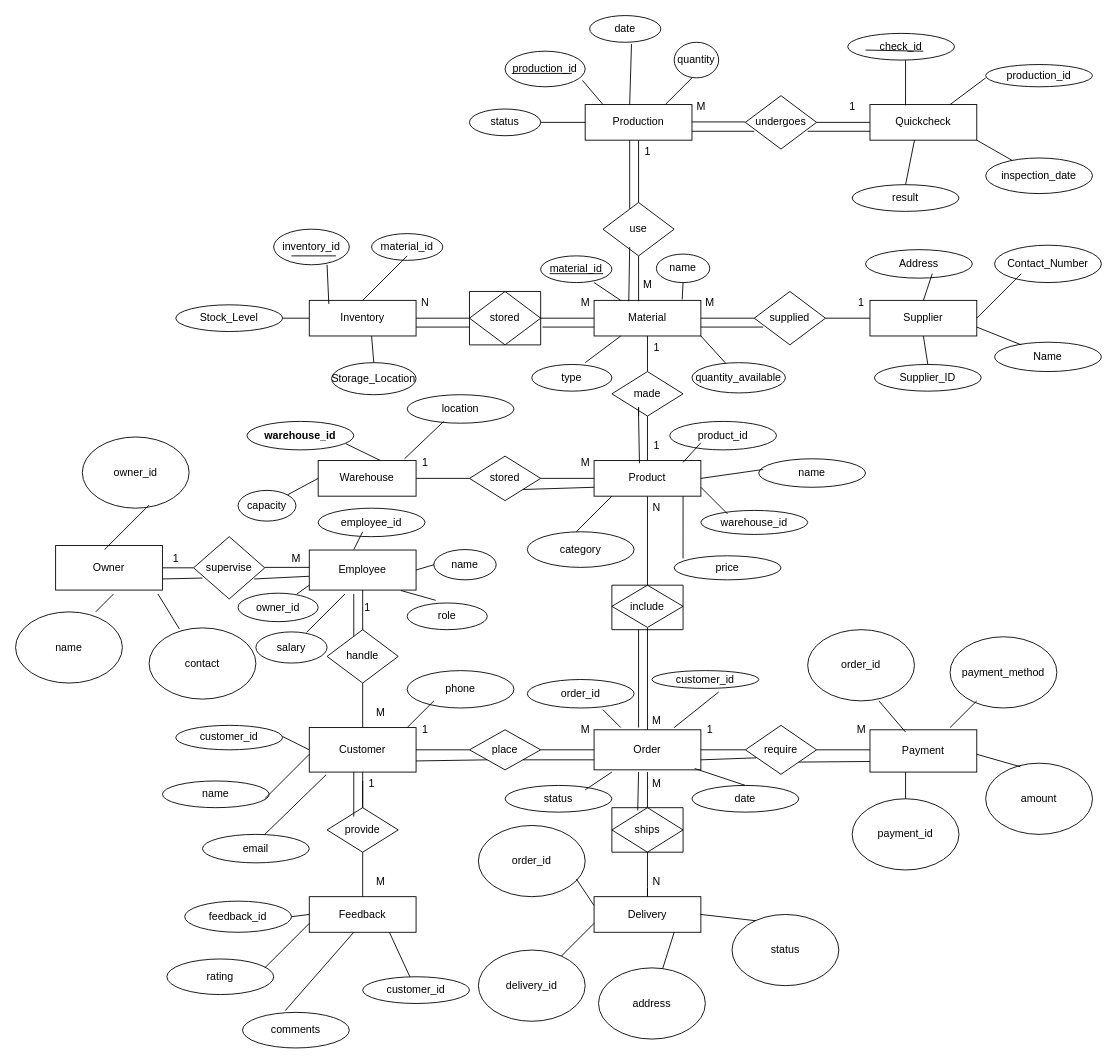
This is Untitled Diagram.drawio from sarasiVidumini/drawio, a draw.io file, before an edit. Source tidied: cells renumbered, new cells numbered last; positions are measured from the earlier drawing's top-left corner, leaving out a move shared by most shapes. Both pictures are drawn from the tidied source at 89%, with x=0, y=0 at pixel (15, 15).
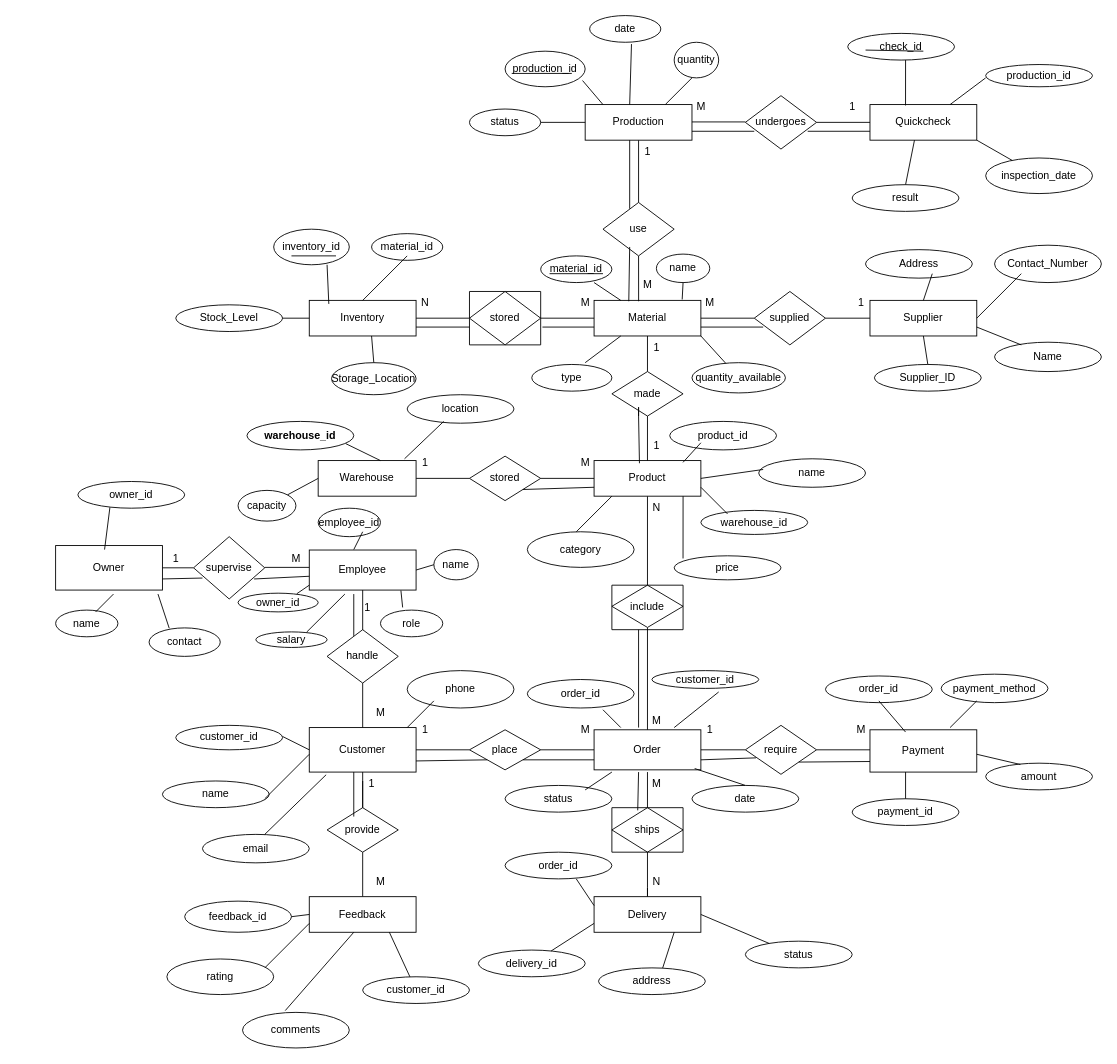
After the change.

What changed in the source:
```diff
@@
     <mxCell id="163" value="payment_id" style="ellipse;whiteSpace=wrap;html=1;" parent="1" vertex="1">
-      <mxGeometry x="940" y="880" width="120" height="80" as="geometry" />
+      <mxGeometry x="940" y="880" width="120" height="30" as="geometry" />
     </mxCell>
     <mxCell id="164" value="amount" style="ellipse;whiteSpace=wrap;html=1;" parent="1" vertex="1">
-      <mxGeometry x="1090" y="840" width="120" height="80" as="geometry" />
+      <mxGeometry x="1090" y="840" width="120" height="30" as="geometry" />
     </mxCell>
     <mxCell id="165" value="payment_method" style="ellipse;whiteSpace=wrap;html=1;" parent="1" vertex="1">
-      <mxGeometry x="1050" y="698" width="120" height="80" as="geometry" />
+      <mxGeometry x="1040" y="740" width="120" height="32" as="geometry" />
     </mxCell>
     <mxCell id="166" value="order_id" style="ellipse;whiteSpace=wrap;html=1;" parent="1" vertex="1">
-      <mxGeometry x="890" y="690" width="120" height="80" as="geometry" />
+      <mxGeometry x="910" y="742" width="120" height="30" as="geometry" />
     </mxCell>
     <mxCell id="167" value="status" style="ellipse;whiteSpace=wrap;html=1;strokeColor=default;align=center;verticalAlign=middle;fontFamily=Helvetica;fontSize=12;fontColor=default;fillColor=default;" parent="1" vertex="1">
-      <mxGeometry x="805" y="1010" width="120" height="80" as="geometry" />
+      <mxGeometry x="820" y="1040" width="120" height="30" as="geometry" />
     </mxCell>
     <mxCell id="168" value="address" style="ellipse;whiteSpace=wrap;html=1;strokeColor=default;align=center;verticalAlign=middle;fontFamily=Helvetica;fontSize=12;fontColor=default;fillColor=default;" parent="1" vertex="1">
-      <mxGeometry x="655" y="1070" width="120" height="80" as="geometry" />
+      <mxGeometry x="655" y="1070" width="120" height="30" as="geometry" />
     </mxCell>
     <mxCell id="169" value="order_id" style="ellipse;whiteSpace=wrap;html=1;strokeColor=default;align=center;verticalAlign=middle;fontFamily=Helvetica;fontSize=12;fontColor=default;fillColor=default;" parent="1" vertex="1">
-      <mxGeometry x="520" y="910" width="120" height="80" as="geometry" />
+      <mxGeometry x="550" y="940" width="120" height="30" as="geometry" />
     </mxCell>
     <mxCell id="170" value="delivery_id" style="ellipse;whiteSpace=wrap;html=1;strokeColor=default;align=center;verticalAlign=middle;fontFamily=Helvetica;fontSize=12;fontColor=default;fillColor=default;" parent="1" vertex="1">
-      <mxGeometry x="520" y="1050" width="120" height="80" as="geometry" />
+      <mxGeometry x="520" y="1050" width="120" height="30" as="geometry" />
     </mxCell>
     <mxCell id="171" value="contact" style="ellipse;whiteSpace=wrap;html=1;strokeColor=default;align=center;verticalAlign=middle;fontFamily=Helvetica;fontSize=12;fontColor=default;fillColor=default;" parent="1" vertex="1">
-      <mxGeometry x="150" y="688" width="120" height="80" as="geometry" />
+      <mxGeometry x="150" y="688" width="80" height="32" as="geometry" />
     </mxCell>
     <mxCell id="172" value="name" style="ellipse;whiteSpace=wrap;html=1;strokeColor=default;align=center;verticalAlign=middle;fontFamily=Helvetica;fontSize=12;fontColor=default;fillColor=default;" parent="1" vertex="1">
-      <mxGeometry y="670" width="120" height="80" as="geometry" />
+      <mxGeometry x="45" y="668" width="70" height="30" as="geometry" />
     </mxCell>
     <mxCell id="173" value="owner_id" style="ellipse;whiteSpace=wrap;html=1;strokeColor=default;align=center;verticalAlign=middle;fontFamily=Helvetica;fontSize=12;fontColor=default;fillColor=default;" parent="1" vertex="1">
-      <mxGeometry x="75" y="473.5" width="120" height="80" as="geometry" />
+      <mxGeometry x="70" y="523.5" width="120" height="30" as="geometry" />
     </mxCell>
@@
-    <mxCell id="182" style="endArrow=none;html=1;rounded=0;fontFamily=Helvetica;fontSize=12;fontColor=default;" parent="1" edge="1">
+    <mxCell id="182" style="endArrow=none;html=1;rounded=0;fontFamily=Helvetica;fontSize=12;fontColor=default;entryX=0.3;entryY=0.969;entryDx=0;entryDy=0;entryPerimeter=0;" parent="1" edge="1" target="173">
       <mxGeometry relative="1" as="geometry">
         <mxPoint x="100" y="600" as="sourcePoint" />
-        <mxPoint x="150" y="550" as="targetPoint" />
       </mxGeometry>
     </mxCell>
@@
     <mxCell id="216" value="salary" style="ellipse;whiteSpace=wrap;html=1;strokeColor=default;align=center;verticalAlign=middle;fontFamily=Helvetica;fontSize=12;fontColor=default;fillColor=default;" parent="1" vertex="1">
-      <mxGeometry x="270" y="692.5" width="80" height="35" as="geometry" />
+      <mxGeometry x="270" y="692.5" width="80" height="17.5" as="geometry" />
     </mxCell>
     <mxCell id="217" value="employee_id" style="ellipse;whiteSpace=wrap;html=1;strokeColor=default;align=center;verticalAlign=middle;fontFamily=Helvetica;fontSize=12;fontColor=default;fillColor=default;" parent="1" vertex="1">
-      <mxGeometry x="340" y="553.5" width="120" height="32" as="geometry" />
+      <mxGeometry x="340" y="553.5" width="70" height="32" as="geometry" />
     </mxCell>
     <mxCell id="218" value="role" style="ellipse;whiteSpace=wrap;html=1;strokeColor=default;align=center;verticalAlign=middle;fontFamily=Helvetica;fontSize=12;fontColor=default;fillColor=default;" parent="1" vertex="1">
-      <mxGeometry x="440" y="660" width="90" height="30" as="geometry" />
+      <mxGeometry x="410" y="668" width="70" height="30" as="geometry" />
     </mxCell>
     <mxCell id="219" value="name" style="ellipse;whiteSpace=wrap;html=1;strokeColor=default;align=center;verticalAlign=middle;fontFamily=Helvetica;fontSize=12;fontColor=default;fillColor=default;" parent="1" vertex="1">
-      <mxGeometry x="470" y="600" width="70" height="34" as="geometry" />
+      <mxGeometry x="470" y="600" width="50" height="34" as="geometry" />
     </mxCell>
     <mxCell id="220" value="owner_id" style="ellipse;whiteSpace=wrap;html=1;strokeColor=default;align=center;verticalAlign=middle;fontFamily=Helvetica;fontSize=12;fontColor=default;fillColor=default;" parent="1" vertex="1">
-      <mxGeometry x="250" y="649" width="90" height="32" as="geometry" />
+      <mxGeometry x="250" y="649" width="90" height="21" as="geometry" />
     </mxCell>
```
